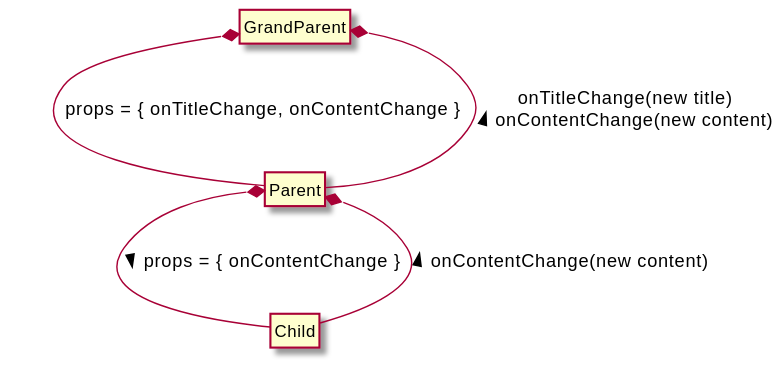
Before: diagrams/Upwards data flow.svg, a diagram exported from PlantUML (Itera/web-and-react-intro).
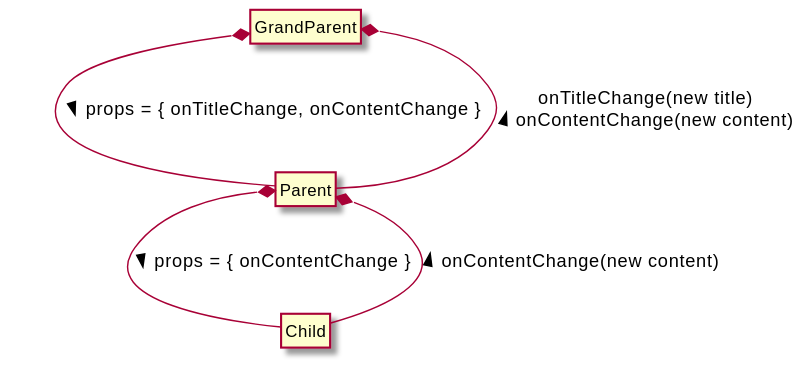
Above is the later version.

Commit message:
fix: missing arrow in diagram

The edit, as a diff of the source:
```diff
@@ -2,7 +2,7 @@
 hide empty members
 hide circle
 
-GrandParent *-- Parent: props = { onTitleChange, onContentChange }
+GrandParent *-- Parent: props = { onTitleChange, onContentChange } >
 Parent *-- Child: props = { onContentChange } >
 
 GrandParent *-- Parent: onTitleChange(new title)\nonContentChange(new content) <
```
